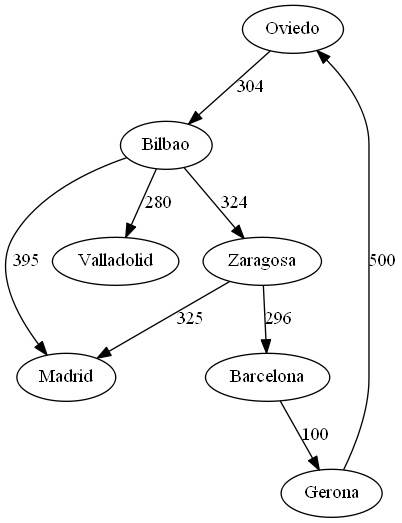
Sergio-Sebastian/-EDD-Proyecto2_Junio2020_201709159 keeps this Graphviz diagram as [EDD]Proyecto2_Junio2020/Grafo.png. Above is the earlier version. Its source is kept beside it as [EDD]Proyecto2_Junio2020/Grafo.dot.
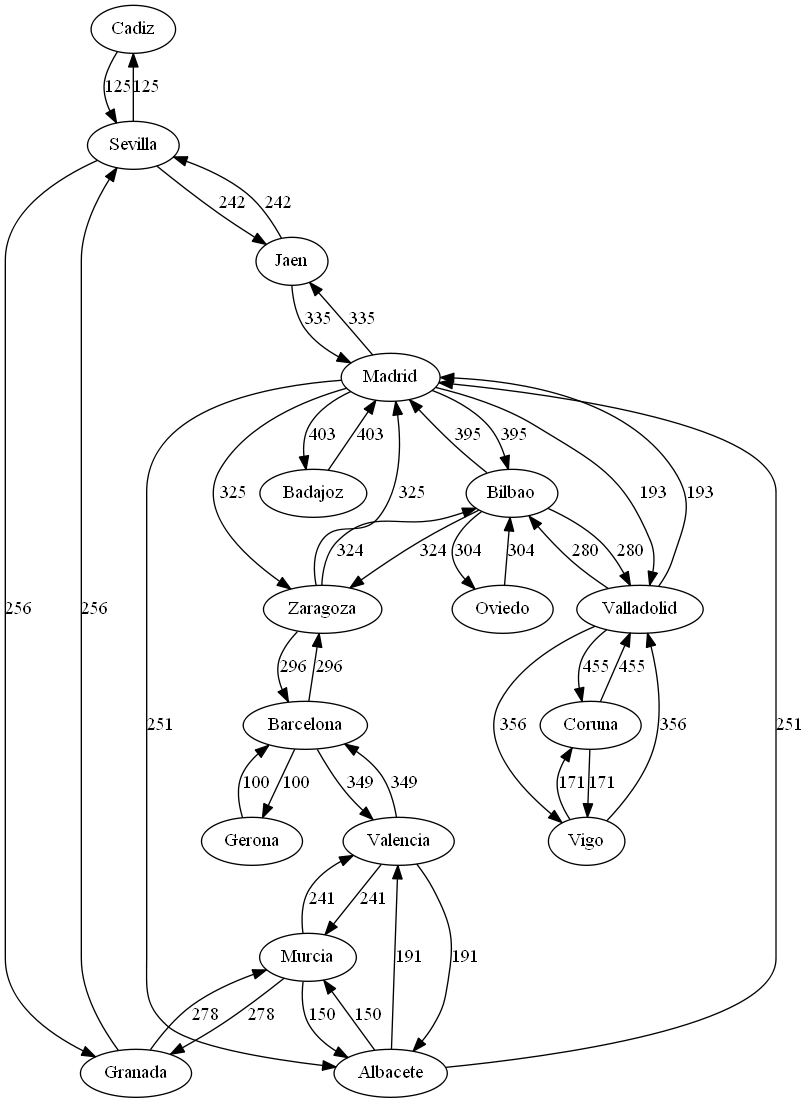
Later version of the same file.

The edit, as a diff of the source:
```diff
@@ -1,11 +1,47 @@
 digraph G {
+"Cadiz"->"Sevilla"[label=125];
+"Sevilla"->"Cadiz"[label=125];
+"Sevilla"->"Granada"[label=256];
+"Sevilla"->"Jaen"[label=242];
+"Granada"->"Sevilla"[label=256];
+"Granada"->"Murcia"[label=278];
+"Jaen"->"Sevilla"[label=242];
+"Jaen"->"Madrid"[label=335];
+"Murcia"->"Granada"[label=278];
+"Murcia"->"Valencia"[label=241];
+"Murcia"->"Albacete"[label=150];
+"Madrid"->"Jaen"[label=335];
+"Madrid"->"Albacete"[label=251];
+"Madrid"->"Zaragoza"[label=325];
+"Madrid"->"Badajoz"[label=403];
+"Madrid"->"Valladolid"[label=193];
+"Madrid"->"Bilbao"[label=395];
+"Valencia"->"Murcia"[label=241];
+"Valencia"->"Albacete"[label=191];
+"Valencia"->"Barcelona"[label=349];
+"Albacete"->"Murcia"[label=150];
+"Albacete"->"Valencia"[label=191];
+"Albacete"->"Madrid"[label=251];
+"Barcelona"->"Valencia"[label=349];
+"Barcelona"->"Gerona"[label=100];
+"Barcelona"->"Zaragoza"[label=296];
+"Gerona"->"Barcelona"[label=100];
+"Zaragoza"->"Barcelona"[label=296];
+"Zaragoza"->"Madrid"[label=325];
+"Zaragoza"->"Bilbao"[label=324];
+"Badajoz"->"Madrid"[label=403];
+"Valladolid"->"Madrid"[label=193];
+"Valladolid"->"Vigo"[label=356];
+"Valladolid"->"Coruna"[label=455];
+"Valladolid"->"Bilbao"[label=280];
+"Vigo"->"Valladolid"[label=356];
+"Vigo"->"Coruna"[label=171];
+"Coruna"->"Valladolid"[label=455];
+"Coruna"->"Vigo"[label=171];
+"Bilbao"->"Valladolid"[label=280];
+"Bilbao"->"Madrid"[label=395];
+"Bilbao"->"Zaragoza"[label=324];
+"Bilbao"->"Oviedo"[label=304];
 "Oviedo"->"Bilbao"[label=304];
-"Bilbao"->"Zaragosa"[label=324];
-"Bilbao"->"Madrid"[label=395];
-"Bilbao"->"Valladolid"[label=280];
-"Zaragosa"->"Barcelona"[label=296];
-"Zaragosa"->"Madrid"[label=325];
-"Barcelona"->"Gerona"[label=100];
-"Gerona"->"Oviedo"[label=500];
 
 }
```
